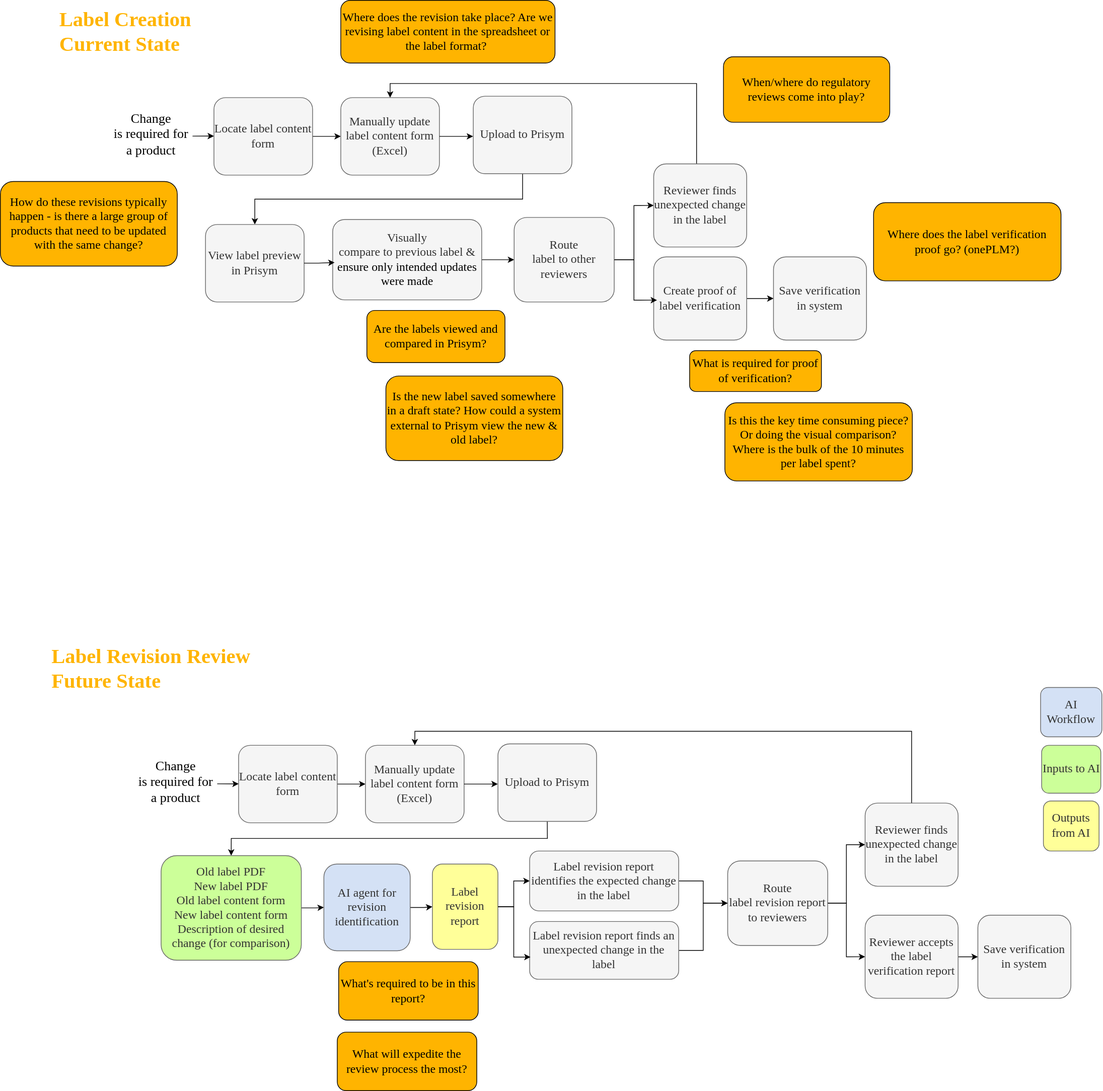
The draw.io diagram raw/Ortho Label Creation Workflows.drawio.svg in keewonhong-slalom/StrykerFDE-Ortho, before a commit. Source tidied: cells renumbered, new cells last; positions are measured from the earlier drawing's top-left corner, leaving out a move shared by most shapes.
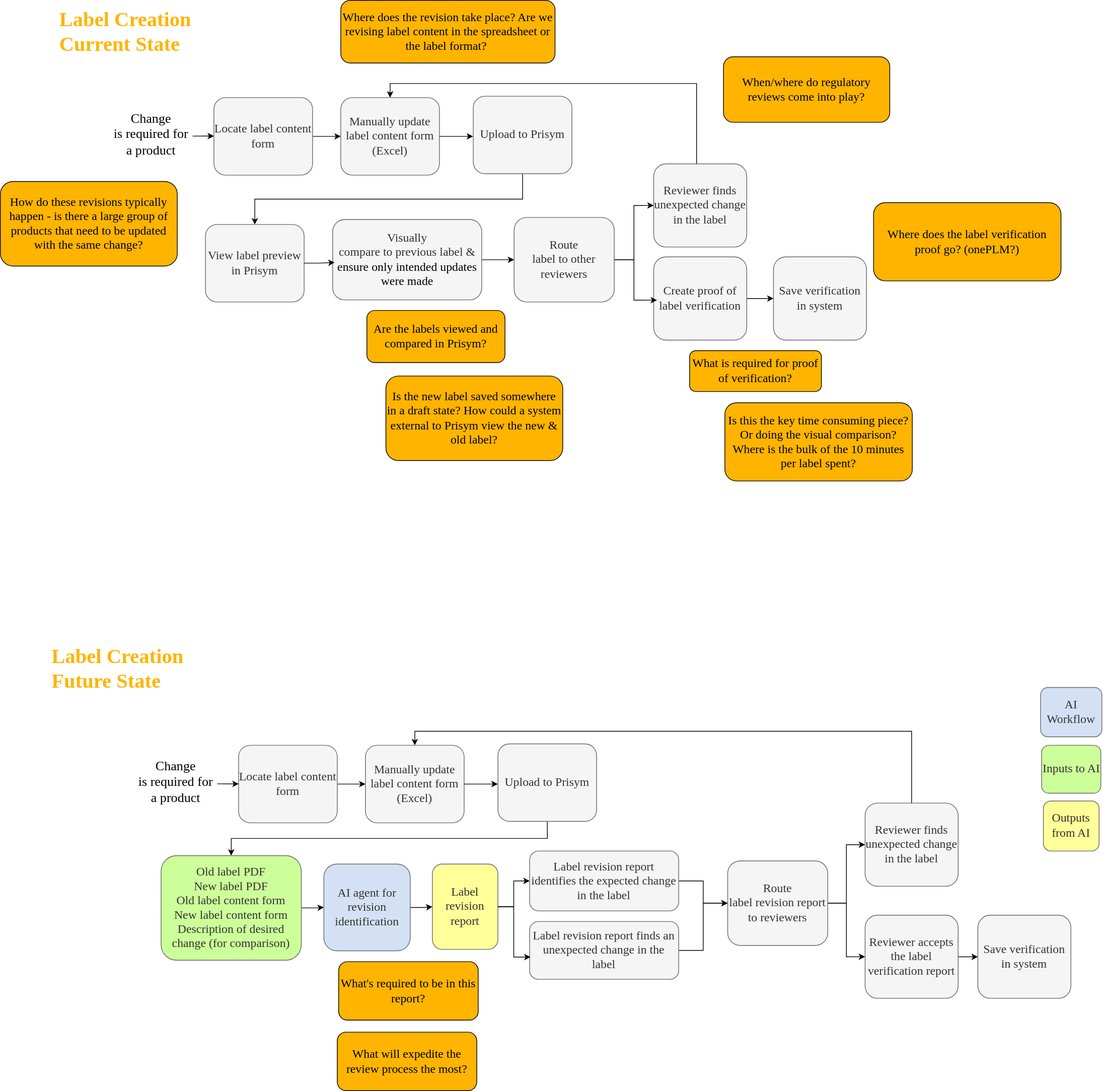
Above is the later version.

Commit message:
vault backup: 2026-04-28 16:19:11

Affected files:
raw/Ortho Label Creation Workflows.drawio.svg

What changed in the source:
```diff
@@ -71,7 +71,7 @@
     <mxCell id="24" value="How do these revisions typically happen - is there a large group of products that need to be updated with the same change?" style="rounded=1;whiteSpace=wrap;html=1;labelBorderColor=none;labelBackgroundColor=none;fillColor=light-dark(#FFB400,#FFB400);gradientColor=none;fillStyle=solid;fontFamily=cambria;fontSize=17;" parent="1" vertex="1">
       <mxGeometry y="257" width="251" height="120" as="geometry" />
     </mxCell>
-    <mxCell id="25" value="&lt;p style=&quot;margin-top: 0pt; margin-bottom: 0pt; unicode-bidi: embed; vertical-align: baseline;&quot;&gt;&lt;font&gt;Label Revision Review&lt;/font&gt;&lt;/p&gt;&lt;p style=&quot;margin-top: 0pt; margin-bottom: 0pt; unicode-bidi: embed; vertical-align: baseline;&quot;&gt;&lt;font&gt;Future State&lt;/font&gt;&lt;/p&gt;" style="text;whiteSpace=wrap;html=1;fontFamily=cambria;fontSize=29;fontColor=light-dark(#FFB400,#FFB400);fontStyle=1;align=left;" parent="1" vertex="1">
+    <mxCell id="25" value="&lt;p style=&quot;margin-top: 0pt; margin-bottom: 0pt; unicode-bidi: embed; vertical-align: baseline;&quot;&gt;&lt;font&gt;Label Creation&lt;/font&gt;&lt;/p&gt;&lt;p style=&quot;margin-top: 0pt; margin-bottom: 0pt; unicode-bidi: embed; vertical-align: baseline;&quot;&gt;&lt;font&gt;Future State&lt;/font&gt;&lt;/p&gt;" style="text;whiteSpace=wrap;html=1;fontFamily=cambria;fontSize=29;fontColor=light-dark(#FFB400,#FFB400);fontStyle=1;align=left;" parent="1" vertex="1">
       <mxGeometry x="71" y="907" width="319" height="39" as="geometry" />
     </mxCell>
     <mxCell id="26" value="When/where do regulatory reviews come into play?" style="rounded=1;whiteSpace=wrap;html=1;labelBorderColor=none;labelBackgroundColor=none;fillColor=light-dark(#FFB400,#FFB400);gradientColor=none;fillStyle=solid;fontFamily=cambria;fontSize=17;" parent="1" vertex="1">
```
